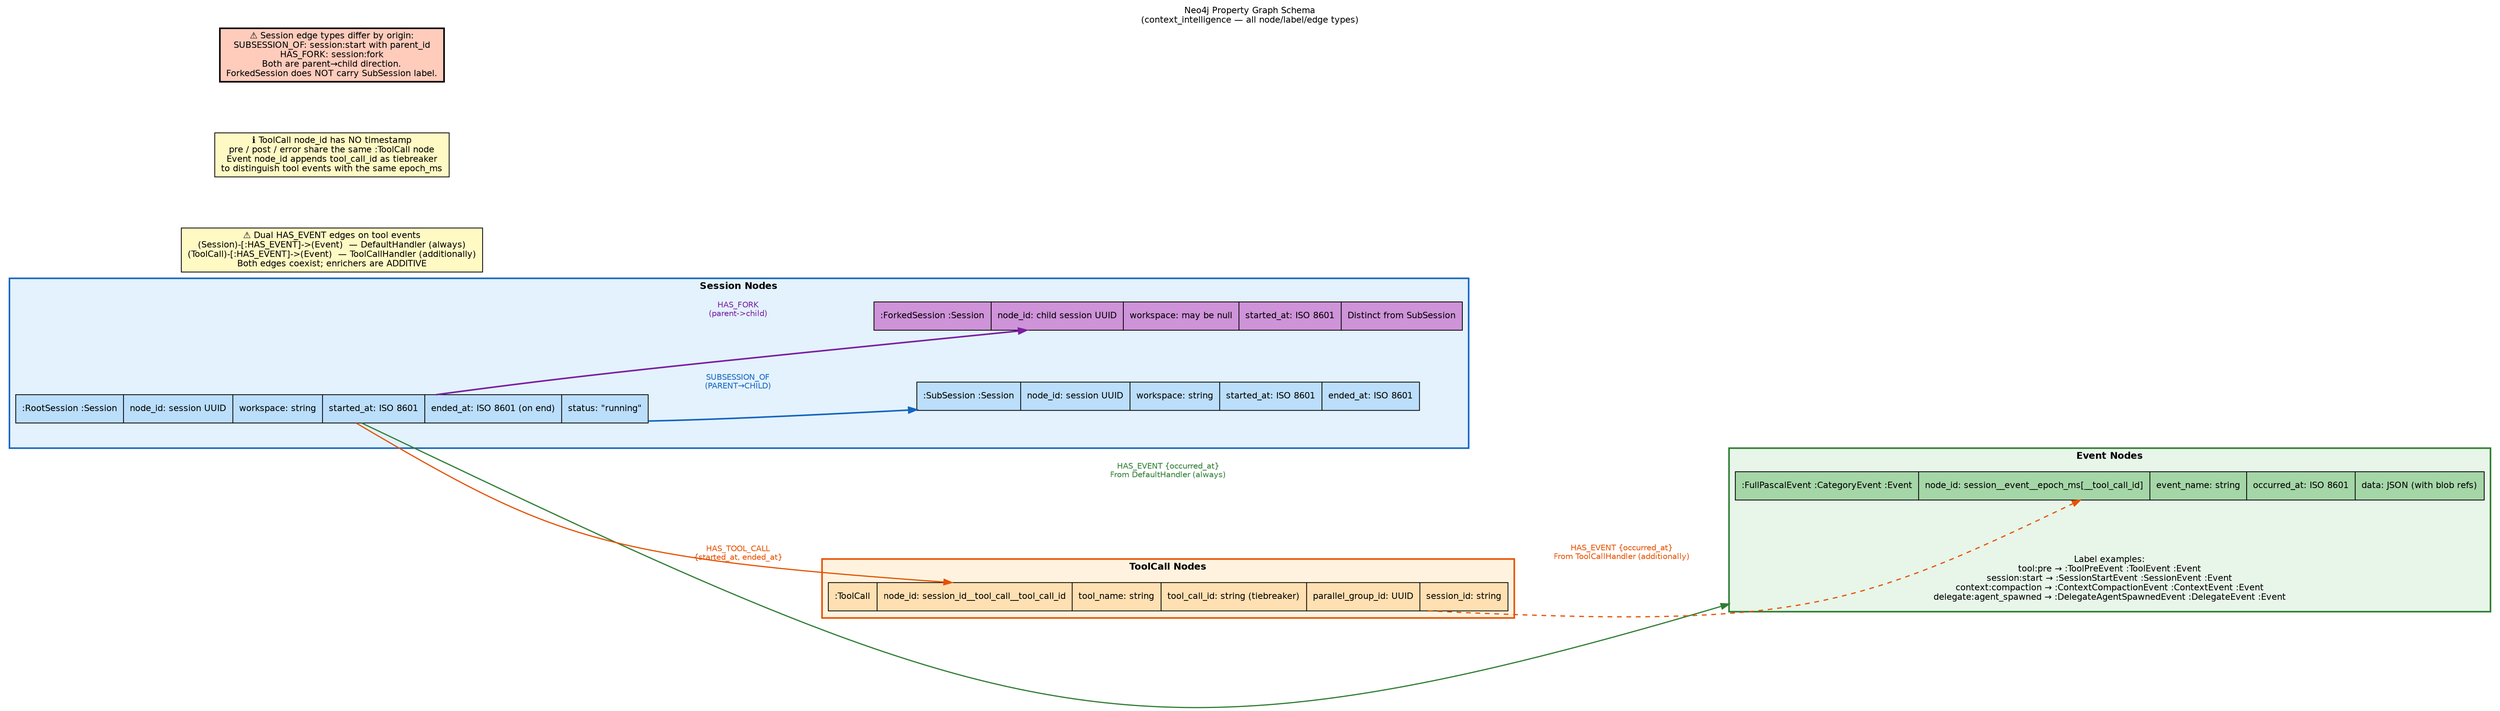
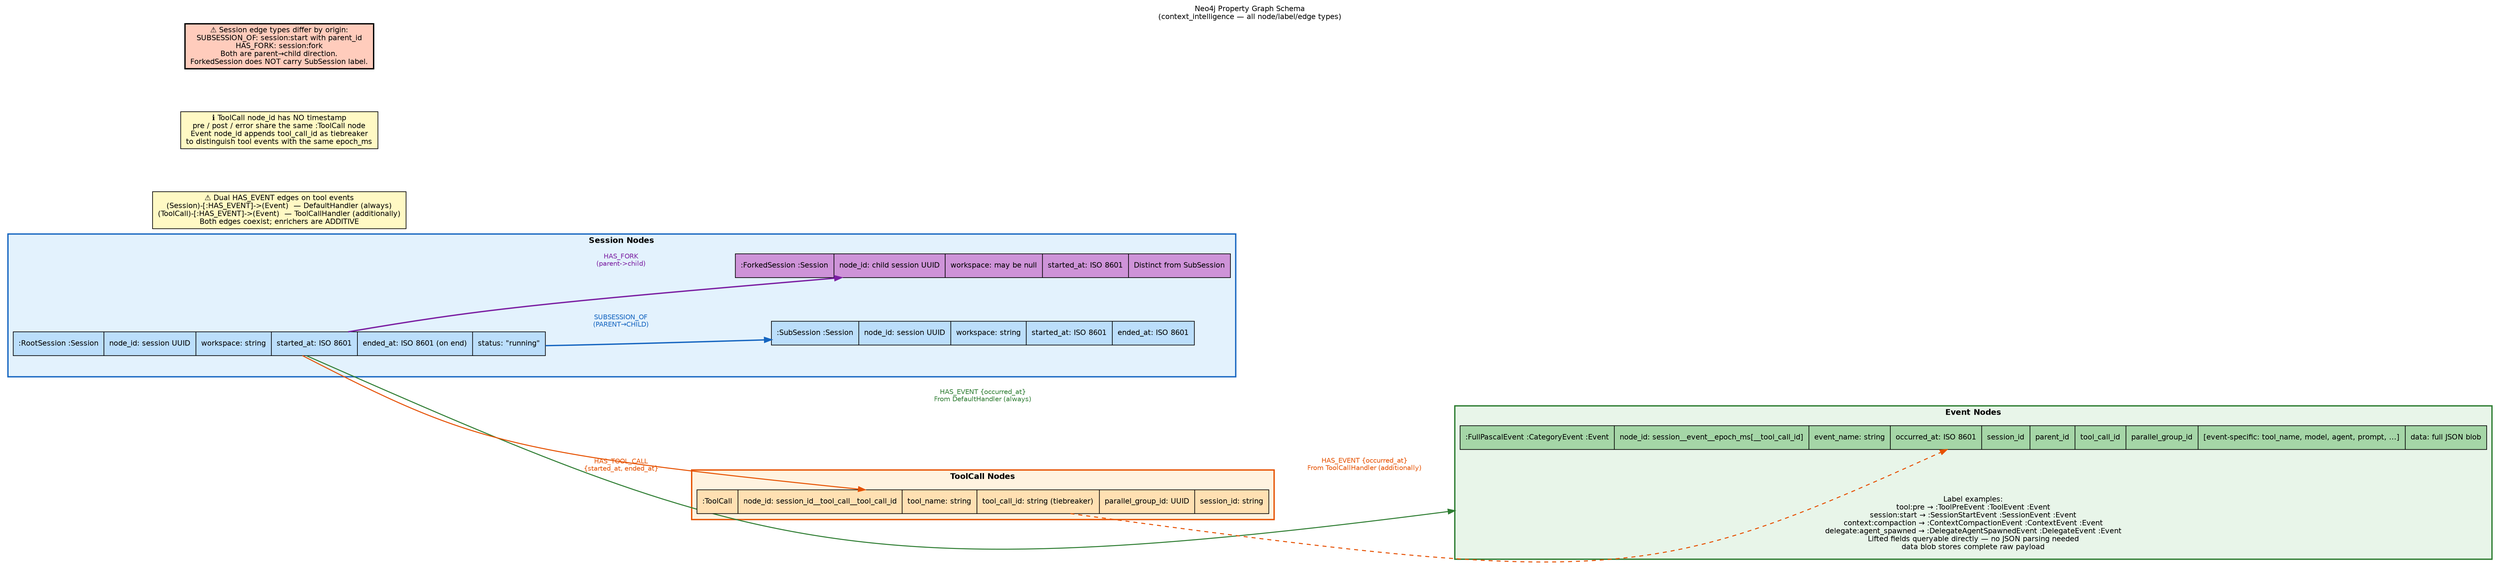
digraph graph_model {
    // ── Global defaults ───────────────────────────────────────────────────────
    graph [
        rankdir   = LR
        compound  = true
        splines   = curved
        nodesep   = 0.9
        ranksep   = 1.6
        fontname  = "Helvetica"
        fontsize  = 11
        label     = "Neo4j Property Graph Schema\n(context_intelligence — all node/label/edge types)"
        labelloc  = t
        labeljust = c
    ]
    node [
        fontname = "Helvetica"
        fontsize = 11
        style    = "filled,rounded"
        shape    = box
    ]
    edge [
        fontname = "Helvetica"
        fontsize = 10
    ]

    // ── Sessions cluster ──────────────────────────────────────────────────────
    subgraph cluster_sessions {
        graph [
            label     = "Session Nodes"
            fontname  = "Helvetica-Bold"
            fontsize  = 12
            style     = filled
            color     = "#1565C0"
            fillcolor = "#E3F2FD"
            penwidth  = 2
        ]

        RootSession [
            shape     = record
            style     = filled
            fillcolor = "#BBDEFB"
            label     = "{ :RootSession :Session | node_id: session UUID | workspace: string | started_at: ISO 8601 | ended_at: ISO 8601 (on end) | status: \"running\" }"
        ]

        SubSession [
            shape     = record
            style     = filled
            fillcolor = "#BBDEFB"
            label     = "{ :SubSession :Session | node_id: session UUID | workspace: string | started_at: ISO 8601 | ended_at: ISO 8601 }"
        ]

        ForkedSession [
            shape     = record
            style     = filled
            fillcolor = "#CE93D8"
            label     = "{ :ForkedSession :Session | node_id: child session UUID | workspace: may be null | started_at: ISO 8601 | Distinct from SubSession }"
        ]
    }

    // ── Events cluster ────────────────────────────────────────────────────────
    subgraph cluster_events {
        graph [
            label     = "Event Nodes"
            fontname  = "Helvetica-Bold"
            fontsize  = 12
            style     = filled
            color     = "#2E7D32"
            fillcolor = "#E8F5E9"
            penwidth  = 2
        ]

        EventNode [
            shape     = record
            style     = filled
            fillcolor = "#A5D6A7"
-             label     = "{ :FullPascalEvent :CategoryEvent :Event | node_id: session__event__epoch_ms[__tool_call_id] | event_name: string | occurred_at: ISO 8601 | data: JSON (with blob refs) }"
+             label     = "{ :FullPascalEvent :CategoryEvent :Event | node_id: session__event__epoch_ms[__tool_call_id] | event_name: string | occurred_at: ISO 8601 | session_id | parent_id | tool_call_id | parallel_group_id | [event-specific: tool_name, model, agent, prompt, ...] | data: full JSON blob }"
        ]

        EventExamples [
            shape     = plaintext
            style     = ""
            fillcolor = "transparent"
-             label     = "Label examples:\ntool:pre → :ToolPreEvent :ToolEvent :Event\nsession:start → :SessionStartEvent :SessionEvent :Event\ncontext:compaction → :ContextCompactionEvent :ContextEvent :Event\ndelegate:agent_spawned → :DelegateAgentSpawnedEvent :DelegateEvent :Event"
+             label     = "Label examples:\ntool:pre → :ToolPreEvent :ToolEvent :Event\nsession:start → :SessionStartEvent :SessionEvent :Event\ncontext:compaction → :ContextCompactionEvent :ContextEvent :Event\ndelegate:agent_spawned → :DelegateAgentSpawnedEvent :DelegateEvent :Event\nLifted fields queryable directly — no JSON parsing needed\ndata blob stores complete raw payload"
        ]
    }

    // ── ToolCall cluster ──────────────────────────────────────────────────────
    subgraph cluster_toolcall {
        graph [
            label     = "ToolCall Nodes"
            fontname  = "Helvetica-Bold"
            fontsize  = 12
            style     = filled
            color     = "#E65100"
            fillcolor = "#FFF3E0"
            penwidth  = 2
        ]

        ToolCall [
            shape     = record
            style     = filled
            fillcolor = "#FFE0B2"
            label     = "{ :ToolCall | node_id: session_id__tool_call__tool_call_id | tool_name: string | tool_call_id: string (tiebreaker) | parallel_group_id: UUID | session_id: string }"
        ]
    }

    // ── Note nodes ────────────────────────────────────────────────────────────
    note_dual_edge [
        shape     = box
        style     = filled
        fillcolor = "#FFF9C4"
        label     = "⚠ Dual HAS_EVENT edges on tool events\n(Session)-[:HAS_EVENT]->(Event)  — DefaultHandler (always)\n(ToolCall)-[:HAS_EVENT]->(Event)  — ToolCallHandler (additionally)\nBoth edges coexist; enrichers are ADDITIVE"
    ]

    note_tiebreaker [
        shape     = box
        style     = filled
        fillcolor = "#FFF9C4"
        label     = "ℹ ToolCall node_id has NO timestamp\npre / post / error share the same :ToolCall node\nEvent node_id appends tool_call_id as tiebreaker\nto distinguish tool events with the same epoch_ms"
    ]

    note_direction [
        shape     = box
        style     = filled
        fillcolor = "#FFCCBC"
        penwidth  = 2
        label     = "⚠ Session edge types differ by origin:\nSUBSESSION_OF: session:start with parent_id\nHAS_FORK: session:fork\nBoth are parent→child direction.\nForkedSession does NOT carry SubSession label."
    ]

    // ── Edges ─────────────────────────────────────────────────────────────────
    RootSession -> SubSession [
        label     = "SUBSESSION_OF\n(PARENT→CHILD)"
        color     = "#1565C0"
        fontcolor = "#1565C0"
        penwidth  = 2
    ]

    RootSession -> ForkedSession [
        label     = "HAS_FORK\n(parent->child)"
        color     = "#7B1FA2"
        fontcolor = "#7B1FA2"
        penwidth  = 2
    ]

    RootSession -> EventNode [
        label     = "HAS_EVENT {occurred_at}\nFrom DefaultHandler (always)"
        color     = "#2E7D32"
        fontcolor = "#2E7D32"
        penwidth  = 1.5
        lhead     = cluster_events
    ]

    RootSession -> ToolCall [
        label     = "HAS_TOOL_CALL\n{started_at, ended_at}"
        color     = "#E65100"
        fontcolor = "#E65100"
        penwidth  = 1.5
    ]

    ToolCall -> EventNode [
        label     = "HAS_EVENT {occurred_at}\nFrom ToolCallHandler (additionally)"
        color     = "#E65100"
        fontcolor = "#E65100"
        style     = dashed
        penwidth  = 1.5
    ]
}
